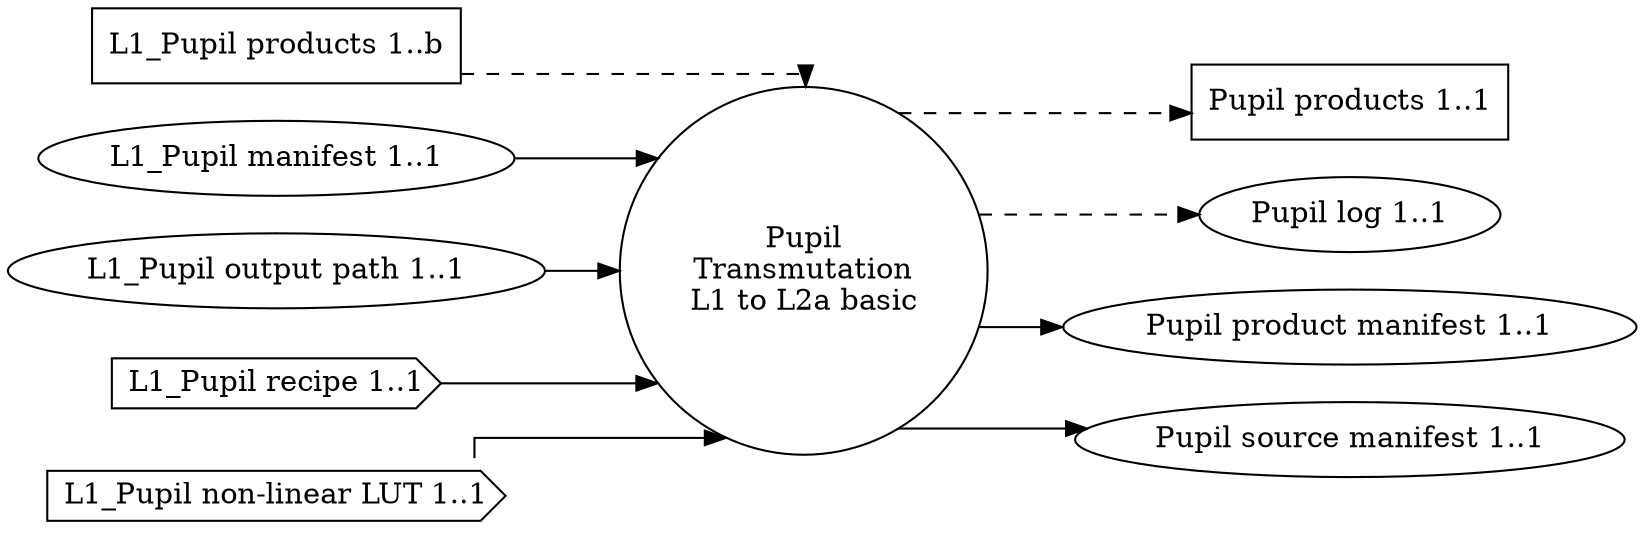
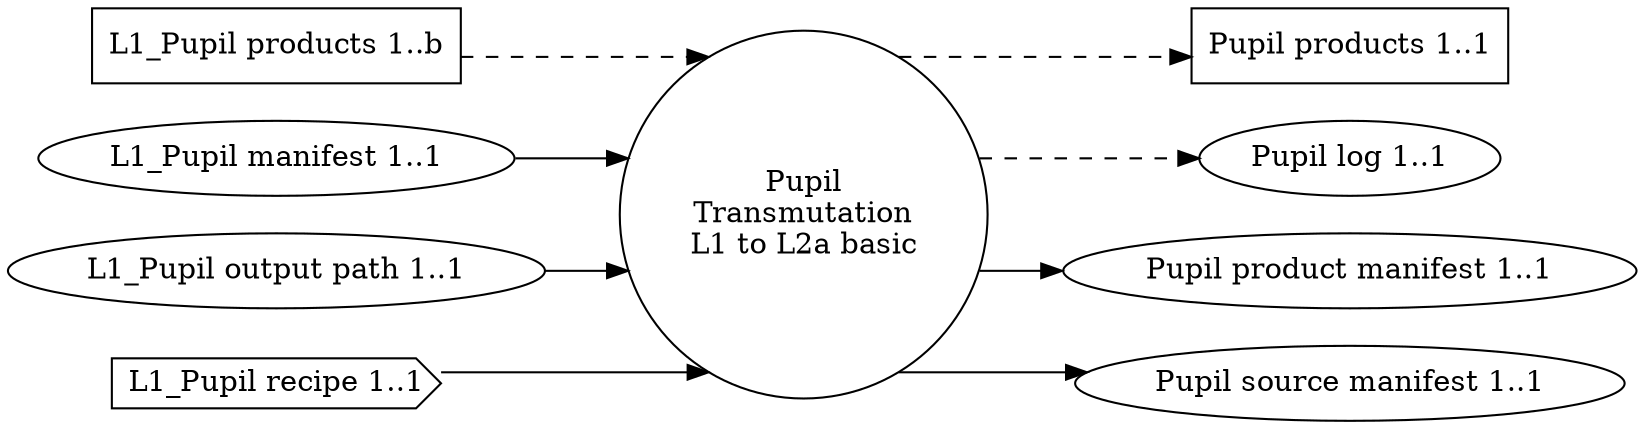
digraph PupilCalibrations {
graph [splines="ortho", rankdir=LR];
trans_cal_pupil_l1_l2a [label="Pupil\nTransmutation\nL1 to L2a basic", shape="circle", runname="l1.transmutation_cal_pupil", runtype="dawgie.Algorithm", fsmtype="dip.base.Runner"];
l1_cal_pupil_prod [label="L1_Pupil products 1..b", shape="rectangle"];
l1_cal_pupil_man [label="L1_Pupil manifest 1..1", shape="ellipse"];
l1_cal_pupil_odir [label="L1_Pupil output path 1..1", shape="ellipse"];
l1_cal_pupil_rec [label="L1_Pupil recipe 1..1", shape="cds"];
- l1_cal_pupil_nllut [label="L1_Pupil non-linear LUT 1..1", shape="cds"];
cal_pupil_prod [label="Pupil products 1..1", shape="rectangle"];
cal_pupil_log [label="Pupil log 1..1", shape="ellipse"];
cal_pupil_man [label="Pupil product manifest 1..1", shape="ellipse", shape="ellipse", valname="l1.transmutation_cal_pupil.product.manifest", valtype="dip.base.Manifest"];
cal_pupil_src [label="Pupil source manifest 1..1", shape="ellipse", valname="l1.transmutation_cal_pupil.source.manifest", valtype="dip.base.Manifest"];
l1_cal_pupil_prod -> trans_cal_pupil_l1_l2a [style="dashed"];
l1_cal_pupil_man -> trans_cal_pupil_l1_l2a;
l1_cal_pupil_odir -> trans_cal_pupil_l1_l2a;
l1_cal_pupil_rec -> trans_cal_pupil_l1_l2a;
- l1_cal_pupil_nllut -> trans_cal_pupil_l1_l2a;
trans_cal_pupil_l1_l2a -> cal_pupil_prod [style="dashed"];
trans_cal_pupil_l1_l2a -> cal_pupil_man;
trans_cal_pupil_l1_l2a -> cal_pupil_src;
trans_cal_pupil_l1_l2a -> cal_pupil_log [style="dashed"];
}
